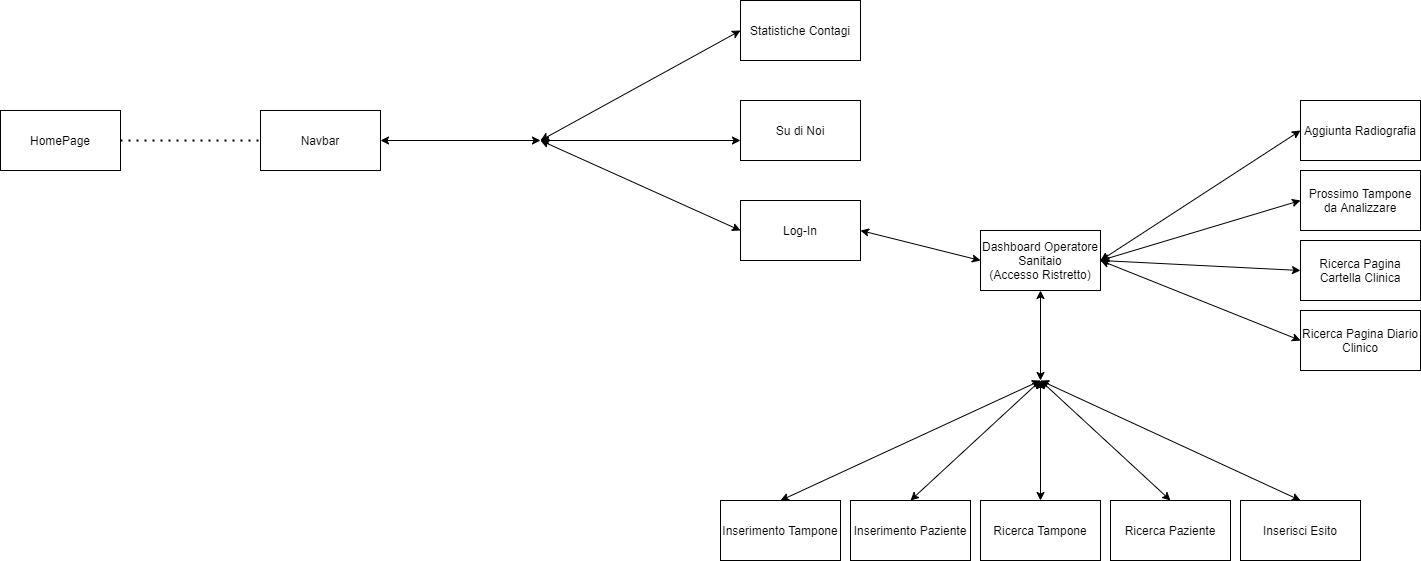
lorycris99/Team-HILO keeps this draw.io diagram as Diagrammi/Diagramma di Navigazione/NavDiagram.png. Above is the earlier version. Source tidied: cells renumbered, new cells last; positions are measured from the earlier drawing's top-left corner, leaving out a move shared by most shapes.
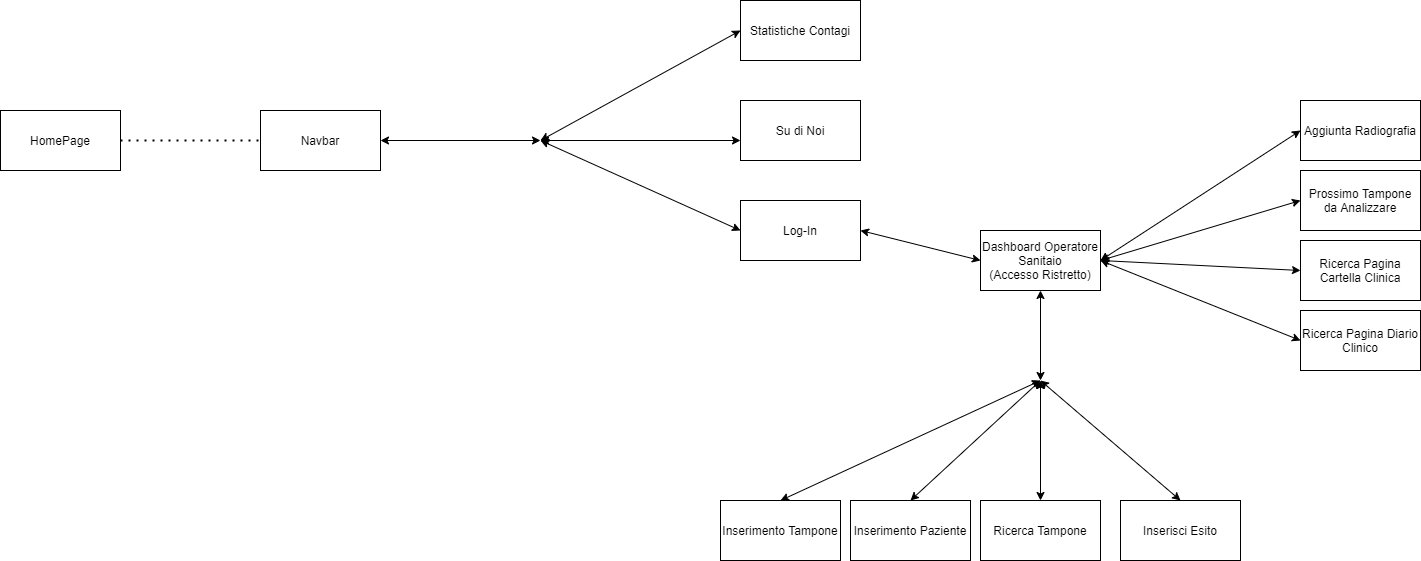
The same file after the commit.

Commit message:
Aggiornamento al diagramma di navigazione

Diff of the diagram source:
```diff
@@ -75,9 +75,6 @@
     <mxCell id="19" value="Ricerca Tampone" style="rounded=0;whiteSpace=wrap;html=1;" parent="1" vertex="1">
       <mxGeometry x="980" y="500" width="120" height="60" as="geometry" />
     </mxCell>
-    <mxCell id="20" value="Ricerca Paziente" style="rounded=0;whiteSpace=wrap;html=1;" parent="1" vertex="1">
-      <mxGeometry x="1110" y="500" width="120" height="60" as="geometry" />
-    </mxCell>
     <mxCell id="21" value="Aggiunta Radiografia" style="rounded=0;whiteSpace=wrap;html=1;" parent="1" vertex="1">
       <mxGeometry x="1300" y="100" width="120" height="60" as="geometry" />
     </mxCell>
@@ -95,11 +92,6 @@
         <mxPoint x="1040" y="380" as="targetPoint" />
       </mxGeometry>
     </mxCell>
-    <mxCell id="26" style="endArrow=classic;startArrow=classic;html=1;exitX=0.5;exitY=0;exitDx=0;exitDy=0;" parent="1" edge="1" source="20">
-      <mxGeometry relative="1" as="geometry">
-        <mxPoint x="1040" y="380" as="targetPoint" />
-      </mxGeometry>
-    </mxCell>
     <mxCell id="27" style="endArrow=classic;startArrow=classic;html=1;exitX=0;exitY=0.5;exitDx=0;exitDy=0;entryX=1;entryY=0.5;entryDx=0;entryDy=0;" parent="1" edge="1" source="21" target="13">
       <mxGeometry relative="1" as="geometry" />
     </mxCell>
@@ -113,11 +105,10 @@
       <mxGeometry relative="1" as="geometry" />
     </mxCell>
     <mxCell id="31" value="Inserisci Esito" style="rounded=0;whiteSpace=wrap;html=1;" parent="1" vertex="1">
-      <mxGeometry x="1240" y="500" width="120" height="60" as="geometry" />
+      <mxGeometry x="1120" y="500" width="120" height="60" as="geometry" />
     </mxCell>
-    <mxCell id="32" style="endArrow=classic;startArrow=classic;html=1;exitX=0.5;exitY=0;exitDx=0;exitDy=0;" parent="1" edge="1">
+    <mxCell id="32" style="endArrow=classic;startArrow=classic;html=1;exitX=0.5;exitY=0;exitDx=0;exitDy=0;" parent="1" edge="1" source="31">
       <mxGeometry relative="1" as="geometry">
-        <mxPoint x="1300" y="500" as="sourcePoint" />
         <mxPoint x="1040" y="380" as="targetPoint" />
       </mxGeometry>
     </mxCell>
```
